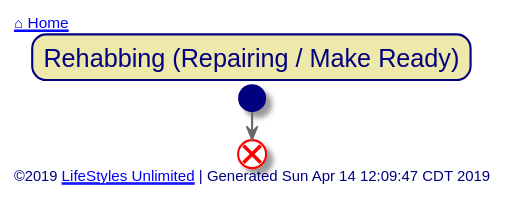
Above: out/src/single-family/rehabbing.svg in toddmo/lifestylesunlimited (PlantUML), before the change.
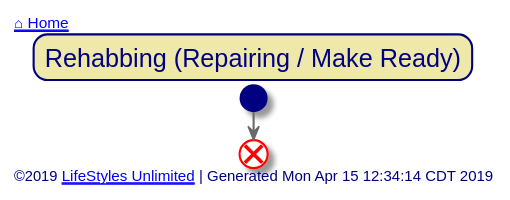
After the commit.

What changed in the source:
```diff
@@ -75,7 +75,7 @@
 	end
 
 left footer
-	©2019 [[http://www.lifestylesunlimited.com LifeStyles Unlimited]] | Generated Sun Apr 14 12:09:47 CDT 2019
+	©2019 [[http://www.lifestylesunlimited.com LifeStyles Unlimited]] | Generated Mon Apr 15 12:34:14 CDT 2019
 endfooter
 
 
```
